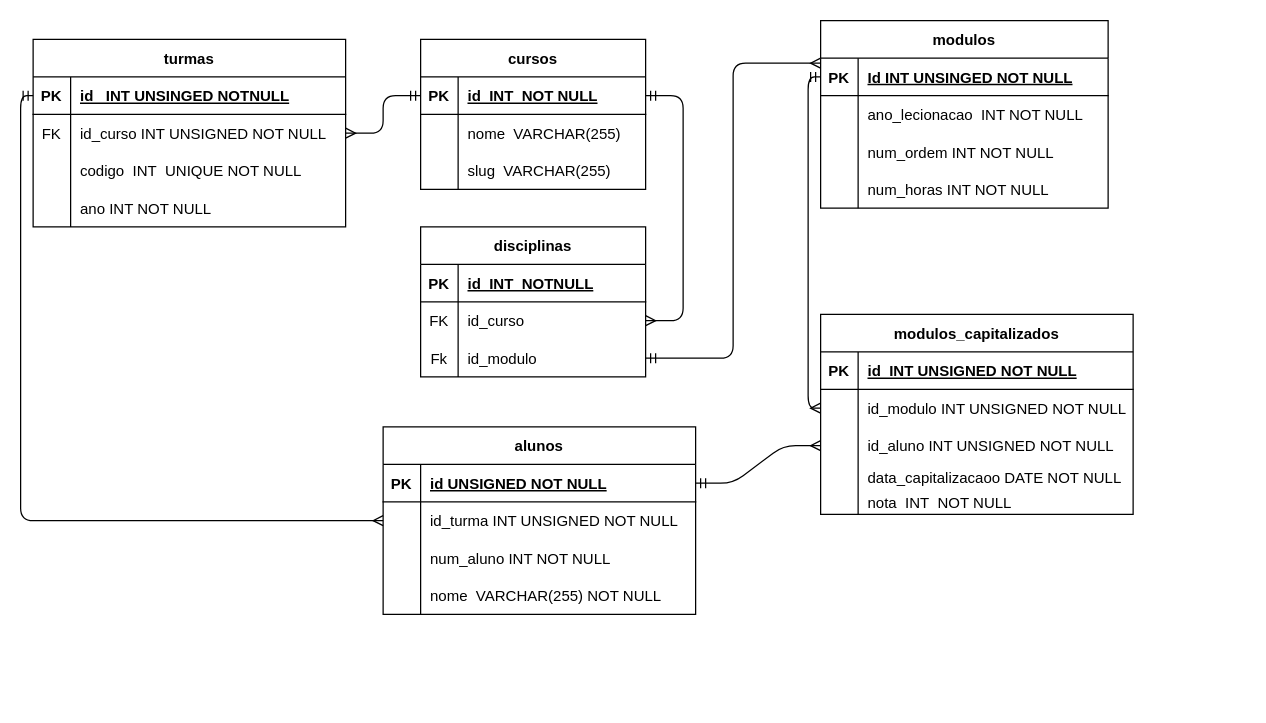
The draw.io diagram modelo_er.drawio in Rafaelesjal/Trabalho_Final_SI, before the edit. Source tidied: cells renumbered, new cells numbered last; positions are measured from the earlier drawing's top-left corner, leaving out a move shared by most shapes. Both pictures are drawn from the tidied source at 125%, with x=0, y=0 at pixel (32, 20).
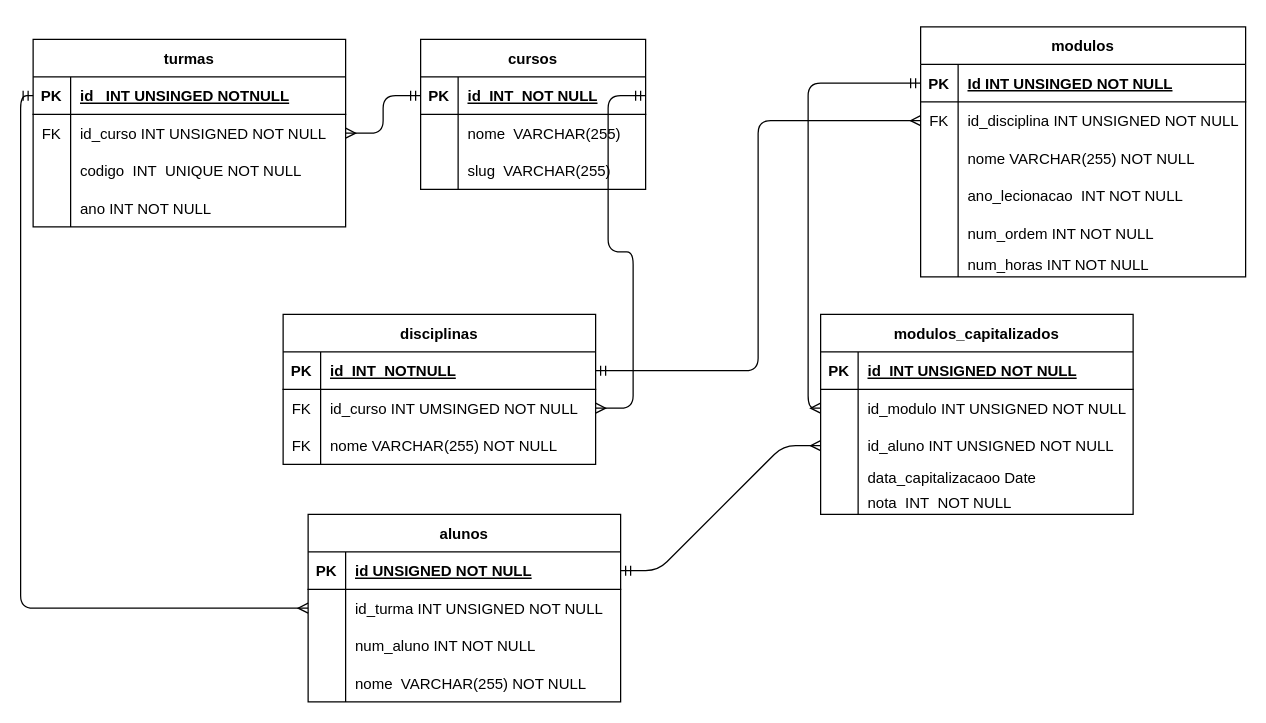
Above is the later version.

The change refers to these unchanged cells:
```xml
<mxCell id="71" style="shape=tableRow;horizontal=0;startSize=0;swimlaneHead=0;swimlaneBody=0;fillColor=none;top=0;left=0;right=0;bottom=0;" parent="61" vertex="1">
  <mxGeometry y="120" width="250" height="20" as="geometry" />
</mxCell>
```

The edit, as a diff of the source:
```diff
@@
     <mxCell id="25" value="disciplinas" style="shape=table;startSize=30;childLayout=tableLayout;rowLines=0;fontStyle=1;align=center;" parent="1" vertex="1">
-      <mxGeometry x="310" y="165" width="180" height="120" as="geometry" />
+      <mxGeometry x="200" y="235" width="250" height="120" as="geometry" />
     </mxCell>
     <mxCell id="26" style="shape=tableRow;horizontal=0;startSize=0;swimlaneHead=0;swimlaneBody=0;fillColor=none;points=[[0,0.5],[1,0.5]];portConstraint=eastwest;top=0;left=0;right=0;bottom=1;" parent="25" vertex="1">
-      <mxGeometry y="30" width="180" height="30" as="geometry" />
+      <mxGeometry y="30" width="250" height="30" as="geometry" />
     </mxCell>
@@
     <mxCell id="28" value="id  INT  NOTNULL" style="shape=partialRectangle;fillColor=none;top=0;left=0;bottom=0;right=0;align=left;spacingLeft=6;fontStyle=5;overflow=hidden;" parent="26" vertex="1">
-      <mxGeometry x="30" width="150" height="30" as="geometry" />
+      <mxGeometry x="30" width="220" height="30" as="geometry" />
     </mxCell>
     <mxCell id="29" style="shape=tableRow;horizontal=0;startSize=0;swimlaneHead=0;swimlaneBody=0;fillColor=none;points=[[0,0.5],[1,0.5]];portConstraint=eastwest;top=0;left=0;right=0;bottom=0;" parent="25" vertex="1">
-      <mxGeometry y="60" width="180" height="30" as="geometry" />
+      <mxGeometry y="60" width="250" height="30" as="geometry" />
     </mxCell>
@@
-    <mxCell id="31" value="id_curso" style="shape=partialRectangle;fillColor=none;top=0;left=0;bottom=0;right=0;align=left;spacingLeft=6;overflow=hidden;" parent="29" vertex="1">
-      <mxGeometry x="30" width="150" height="30" as="geometry" />
+    <mxCell id="31" value="id_curso INT UMSINGED NOT NULL" style="shape=partialRectangle;fillColor=none;top=0;left=0;bottom=0;right=0;align=left;spacingLeft=6;overflow=hidden;" parent="29" vertex="1">
+      <mxGeometry x="30" width="220" height="30" as="geometry" />
     </mxCell>
-    <mxCell id="32" style="shape=tableRow;horizontal=0;startSize=0;swimlaneHead=0;swimlaneBody=0;fillColor=none;points=[[0,0.5],[1,0.5]];portConstraint=eastwest;top=0;left=0;right=0;bottom=0;" parent="25" vertex="1">
-      <mxGeometry y="90" width="180" height="30" as="geometry" />
-    </mxCell>
-    <mxCell id="33" value="Fk" style="shape=partialRectangle;fillColor=none;top=0;left=0;bottom=0;right=0;overflow=hidden;" parent="32" vertex="1">
-      <mxGeometry width="30" height="30" as="geometry" />
-    </mxCell>
-    <mxCell id="34" value="id_modulo" style="shape=partialRectangle;fillColor=none;top=0;left=0;bottom=0;right=0;align=left;spacingLeft=6;overflow=hidden;" parent="32" vertex="1">
-      <mxGeometry x="30" width="150" height="30" as="geometry" />
-    </mxCell>
+    <mxCell id="83" style="shape=tableRow;horizontal=0;startSize=0;swimlaneHead=0;swimlaneBody=0;fillColor=none;top=0;left=0;right=0;bottom=0;" parent="25" vertex="1">
+      <mxGeometry y="90" width="250" height="30" as="geometry" />
+    </mxCell>
+    <mxCell id="84" value="FK" style="shape=partialRectangle;fillColor=none;top=0;left=0;bottom=0;right=0;overflow=hidden;" parent="83" vertex="1">
+      <mxGeometry width="30" height="30" as="geometry" />
+    </mxCell>
+    <mxCell id="85" value="nome VARCHAR(255) NOT NULL" style="shape=partialRectangle;fillColor=none;top=0;left=0;bottom=0;right=0;align=left;spacingLeft=6;overflow=hidden;" parent="83" vertex="1">
+      <mxGeometry x="30" width="220" height="30" as="geometry" />
+    </mxCell>
     <mxCell id="35" value="modulos" style="shape=table;startSize=30;childLayout=tableLayout;rowLines=0;fontStyle=1;align=center;" parent="1" vertex="1">
-      <mxGeometry x="630" width="230" height="150" as="geometry" />
+      <mxGeometry x="710" y="5" width="260" height="200" as="geometry" />
     </mxCell>
     <mxCell id="36" style="shape=tableRow;horizontal=0;startSize=0;swimlaneHead=0;swimlaneBody=0;fillColor=none;points=[[0,0.5],[1,0.5]];portConstraint=eastwest;top=0;left=0;right=0;bottom=1;" parent="35" vertex="1">
-      <mxGeometry y="30" width="230" height="30" as="geometry" />
+      <mxGeometry y="30" width="260" height="30" as="geometry" />
     </mxCell>
@@
     <mxCell id="38" value="Id INT UNSINGED NOT NULL" style="shape=partialRectangle;fillColor=none;top=0;left=0;bottom=0;right=0;align=left;spacingLeft=6;fontStyle=5;overflow=hidden;" parent="36" vertex="1">
-      <mxGeometry x="30" width="200" height="30" as="geometry" />
+      <mxGeometry x="30" width="230" height="30" as="geometry" />
     </mxCell>
+    <mxCell id="86" style="shape=tableRow;horizontal=0;startSize=0;swimlaneHead=0;swimlaneBody=0;fillColor=none;points=[[0,0.5],[1,0.5]];portConstraint=eastwest;top=0;left=0;right=0;bottom=0;" parent="35" vertex="1">
+      <mxGeometry y="60" width="260" height="30" as="geometry" />
+    </mxCell>
+    <mxCell id="87" value="FK" style="shape=partialRectangle;fillColor=none;top=0;left=0;bottom=0;right=0;overflow=hidden;" parent="86" vertex="1">
+      <mxGeometry width="30" height="30" as="geometry" />
+    </mxCell>
+    <mxCell id="88" value="id_disciplina INT UNSIGNED NOT NULL" style="shape=partialRectangle;fillColor=none;top=0;left=0;bottom=0;right=0;align=left;spacingLeft=6;overflow=hidden;" parent="86" vertex="1">
+      <mxGeometry x="30" width="230" height="30" as="geometry" />
+    </mxCell>
+    <mxCell id="89" style="shape=tableRow;horizontal=0;startSize=0;swimlaneHead=0;swimlaneBody=0;fillColor=none;top=0;left=0;right=0;bottom=0;" parent="35" vertex="1">
+      <mxGeometry y="90" width="260" height="30" as="geometry" />
+    </mxCell>
+    <mxCell id="46" style="shape=partialRectangle;fillColor=none;top=0;left=0;bottom=0;right=0;overflow=hidden;" parent="89" vertex="1">
+      <mxGeometry width="30" height="30" as="geometry" />
+    </mxCell>
+    <mxCell id="90" value="nome VARCHAR(255) NOT NULL" style="shape=partialRectangle;fillColor=none;top=0;left=0;bottom=0;right=0;align=left;spacingLeft=6;overflow=hidden;" parent="89" vertex="1">
+      <mxGeometry x="30" width="230" height="30" as="geometry" />
+    </mxCell>
     <mxCell id="39" style="shape=tableRow;horizontal=0;startSize=0;swimlaneHead=0;swimlaneBody=0;fillColor=none;top=0;left=0;right=0;bottom=0;" parent="35" vertex="1">
-      <mxGeometry y="60" width="230" height="30" as="geometry" />
+      <mxGeometry y="120" width="260" height="30" as="geometry" />
     </mxCell>
@@
     <mxCell id="41" value="ano_lecionacao  INT NOT NULL" style="shape=partialRectangle;fillColor=none;top=0;left=0;bottom=0;right=0;align=left;spacingLeft=6;overflow=hidden;" parent="39" vertex="1">
-      <mxGeometry x="30" width="200" height="30" as="geometry" />
+      <mxGeometry x="30" width="230" height="30" as="geometry" />
     </mxCell>
     <mxCell id="42" style="shape=tableRow;horizontal=0;startSize=0;swimlaneHead=0;swimlaneBody=0;fillColor=none;top=0;left=0;right=0;bottom=0;" parent="35" vertex="1">
-      <mxGeometry y="90" width="230" height="30" as="geometry" />
+      <mxGeometry y="150" width="260" height="30" as="geometry" />
     </mxCell>
@@
     <mxCell id="44" value="num_ordem INT NOT NULL" style="shape=partialRectangle;fillColor=none;top=0;left=0;bottom=0;right=0;align=left;spacingLeft=6;overflow=hidden;" parent="42" vertex="1">
-      <mxGeometry x="30" width="200" height="30" as="geometry" />
+      <mxGeometry x="30" width="230" height="30" as="geometry" />
     </mxCell>
-    <mxCell id="45" style="shape=tableRow;horizontal=0;startSize=0;swimlaneHead=0;swimlaneBody=0;fillColor=none;top=0;left=0;right=0;bottom=0;" parent="35" vertex="1">
-      <mxGeometry y="120" width="230" height="30" as="geometry" />
-    </mxCell>
-    <mxCell id="46" style="shape=partialRectangle;fillColor=none;top=0;left=0;bottom=0;right=0;overflow=hidden;" parent="45" vertex="1">
-      <mxGeometry width="30" height="30" as="geometry" />
-    </mxCell>
+    <mxCell id="91" style="shape=tableRow;horizontal=0;startSize=0;swimlaneHead=0;swimlaneBody=0;fillColor=none;top=0;left=0;right=0;bottom=0;" parent="35" vertex="1">
+      <mxGeometry y="180" width="260" height="20" as="geometry" />
+    </mxCell>
+    <mxCell id="92" style="shape=partialRectangle;fillColor=none;top=0;left=0;bottom=0;right=0;overflow=hidden;" parent="91" vertex="1">
+      <mxGeometry width="30" height="20" as="geometry" />
+    </mxCell>
-    <mxCell id="47" value="num_horas INT NOT NULL" style="shape=partialRectangle;fillColor=none;top=0;left=0;bottom=0;right=0;align=left;spacingLeft=6;overflow=hidden;" parent="45" vertex="1">
-      <mxGeometry x="30" width="200" height="30" as="geometry" />
+    <mxCell id="47" value="num_horas INT NOT NULL" style="shape=partialRectangle;fillColor=none;top=0;left=0;bottom=0;right=0;align=left;spacingLeft=6;overflow=hidden;" parent="91" vertex="1">
+      <mxGeometry x="30" width="230" height="20" as="geometry" />
     </mxCell>
     <mxCell id="48" value="alunos" style="shape=table;startSize=30;childLayout=tableLayout;rowLines=0;fontStyle=1;align=center;" parent="1" vertex="1">
-      <mxGeometry x="280" y="325" width="250" height="150" as="geometry" />
+      <mxGeometry x="220" y="395" width="250" height="150" as="geometry" />
     </mxCell>
@@
-    <mxCell id="73" value="data_capitalizacaoo DATE NOT NULL" style="shape=partialRectangle;fillColor=none;top=0;left=0;bottom=0;right=0;align=left;spacingLeft=6;overflow=hidden;" parent="71" vertex="1">
+    <mxCell id="73" value="data_capitalizacaoo Date" style="shape=partialRectangle;fillColor=none;top=0;left=0;bottom=0;right=0;align=left;spacingLeft=6;overflow=hidden;" parent="71" vertex="1">
       <mxGeometry x="30" width="220" height="20" as="geometry" />
     </mxCell>
@@
-    <mxCell id="80" style="edgeStyle=elbowEdgeStyle;fontSize=12;html=1;endArrow=ERmandOne;startArrow=ERmany;endFill=0;entryX=1;entryY=0.5;entryDx=0;entryDy=0;startFill=0;" parent="1" edge="1" target="32">
-      <mxGeometry relative="1" as="geometry">
-        <mxPoint x="630" y="34" as="sourcePoint" />
-      </mxGeometry>
+    <mxCell id="80" style="edgeStyle=elbowEdgeStyle;fontSize=12;html=1;endArrow=ERmandOne;startArrow=ERmany;endFill=0;entryX=1;entryY=0.5;entryDx=0;entryDy=0;startFill=0;exitX=0;exitY=0.5;exitDx=0;exitDy=0;" parent="1" edge="1" source="86" target="26">
+      <mxGeometry relative="1" as="geometry" />
     </mxCell>
```
